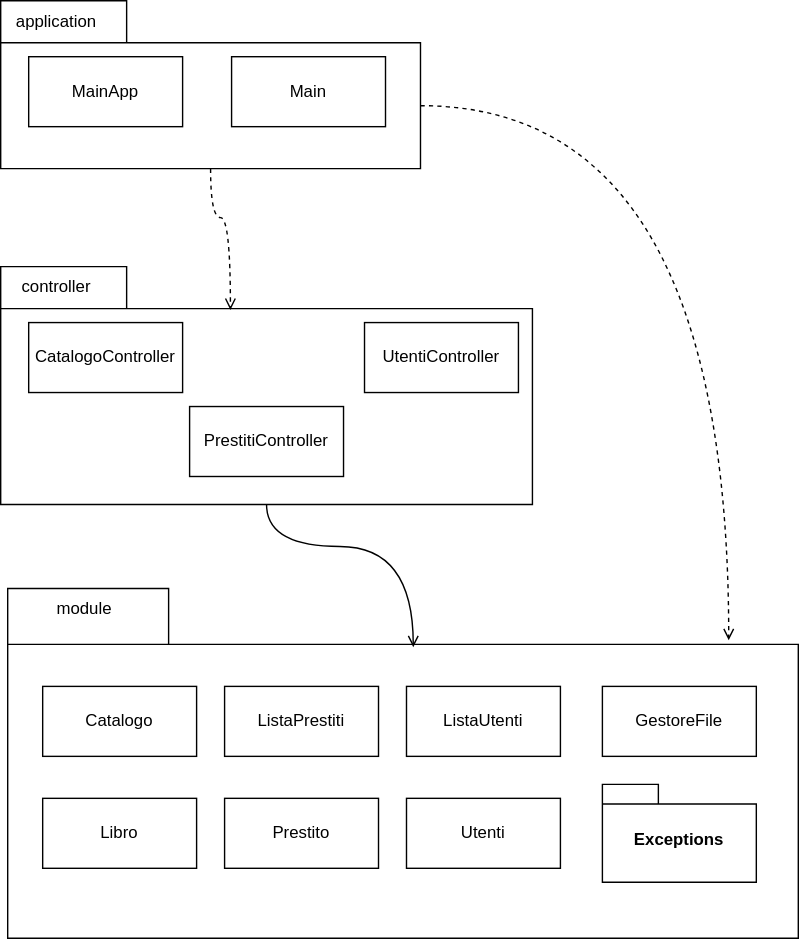
Earlier version of the draw.io export Design/DiagrammaPackage.svg (doppiaaa/Progetto-Biblioteca-Ingegneria-del-Software). Source tidied: cells renumbered, new cells last; positions are measured from the earlier drawing's top-left corner, leaving out a move shared by most shapes.
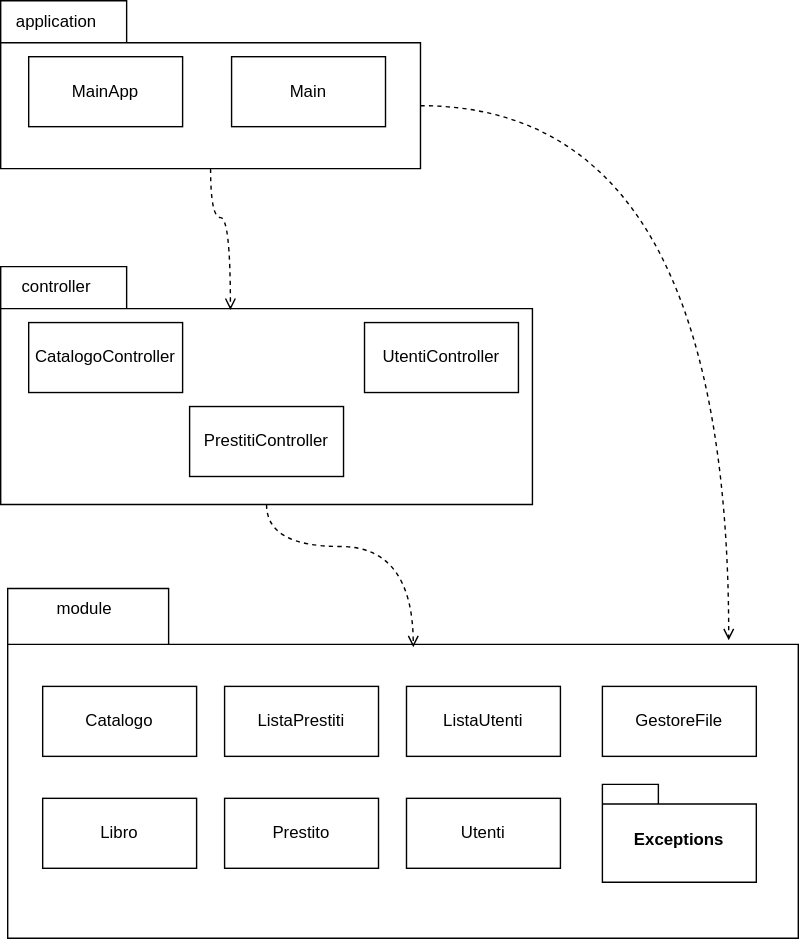
After the commit.

What changed in the source:
```diff
@@ -65,7 +65,7 @@
     <mxCell id="22" style="edgeStyle=orthogonalEdgeStyle;rounded=0;jettySize=auto;html=1;exitX=0;exitY=0;exitDx=300;exitDy=75;exitPerimeter=0;entryX=0.912;entryY=0.148;entryDx=0;entryDy=0;entryPerimeter=0;curved=1;endArrow=open;endFill=0;dashed=1;" parent="1" edge="1" source="3" target="11">
       <mxGeometry relative="1" as="geometry" />
     </mxCell>
-    <mxCell id="23" style="edgeStyle=orthogonalEdgeStyle;rounded=0;jettySize=auto;html=1;exitX=0.5;exitY=1;exitDx=0;exitDy=0;exitPerimeter=0;entryX=0.513;entryY=0.168;entryDx=0;entryDy=0;entryPerimeter=0;curved=1;endArrow=open;endFill=0;" parent="1" edge="1" source="2" target="11">
+    <mxCell id="23" style="edgeStyle=orthogonalEdgeStyle;rounded=0;jettySize=auto;html=1;exitX=0.5;exitY=1;exitDx=0;exitDy=0;exitPerimeter=0;entryX=0.513;entryY=0.168;entryDx=0;entryDy=0;entryPerimeter=0;curved=1;endArrow=open;endFill=0;dashed=1;" parent="1" edge="1" source="2" target="11">
       <mxGeometry relative="1" as="geometry" />
     </mxCell>
   </root>
```
